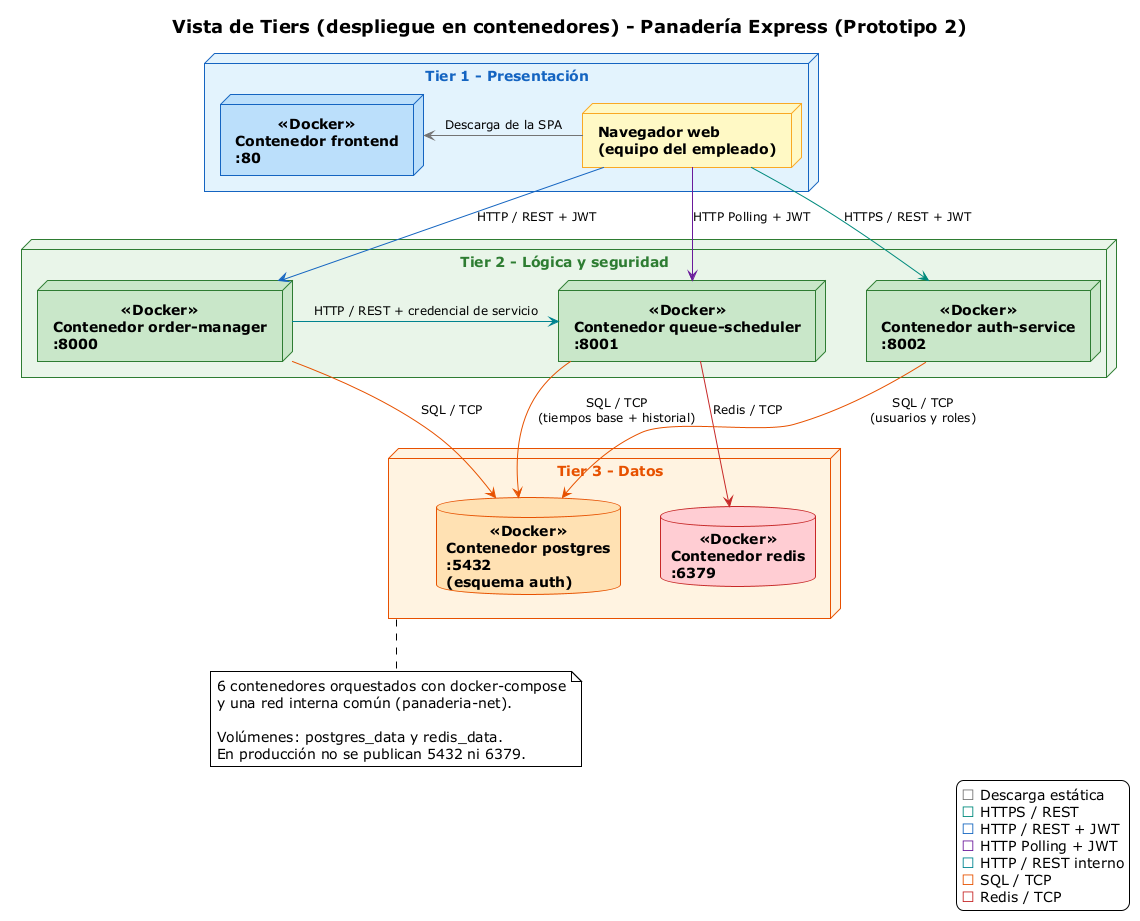
Earlier version of the PlantUML export g3-H-PanTech/docs/tiers_despliegue P2.png (unal-sw-arch/swarch-2026ii).
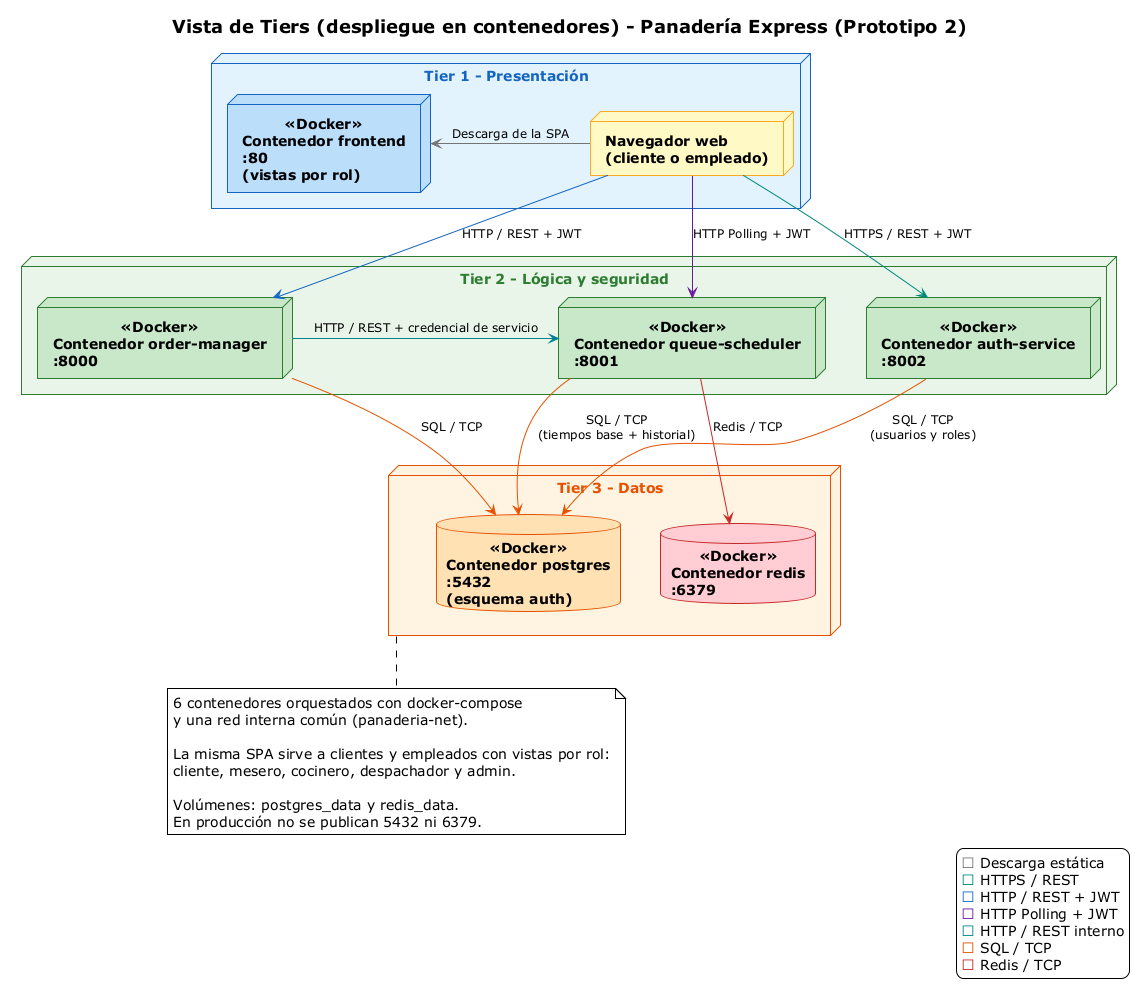
The same file after the commit.

The edit, as a diff of the source:
```diff
@@ -18,8 +18,8 @@
 title Vista de Tiers (despliegue en contenedores) - Panadería Express (Prototipo 2)
 
 node "Tier 1 - Presentación" as T1 #E3F2FD;line:1565C0;text:1565C0 {
-  node "Navegador web\n(equipo del empleado)" as Browser #FFF9C4;line:F9A825
-  node "Contenedor frontend\n:80" as CFront <<Docker>> #BBDEFB;line:1565C0
+  node "Navegador web\n(cliente o empleado)" as Browser #FFF9C4;line:F9A825
+  node "Contenedor frontend\n:80\n(vistas por rol)" as CFront <<Docker>> #BBDEFB;line:1565C0
 }
 
 node "Tier 2 - Lógica y seguridad" as T2 #E8F5E9;line:2E7D32;text:2E7D32 {
@@ -47,6 +47,9 @@
   6 contenedores orquestados con docker-compose
   y una red interna común (panaderia-net).
 
+  La misma SPA sirve a clientes y empleados con vistas por rol:
+  cliente, mesero, cocinero, despachador y admin.
+
   Volúmenes: postgres_data y redis_data.
   En producción no se publican 5432 ni 6379.
 end note
```
